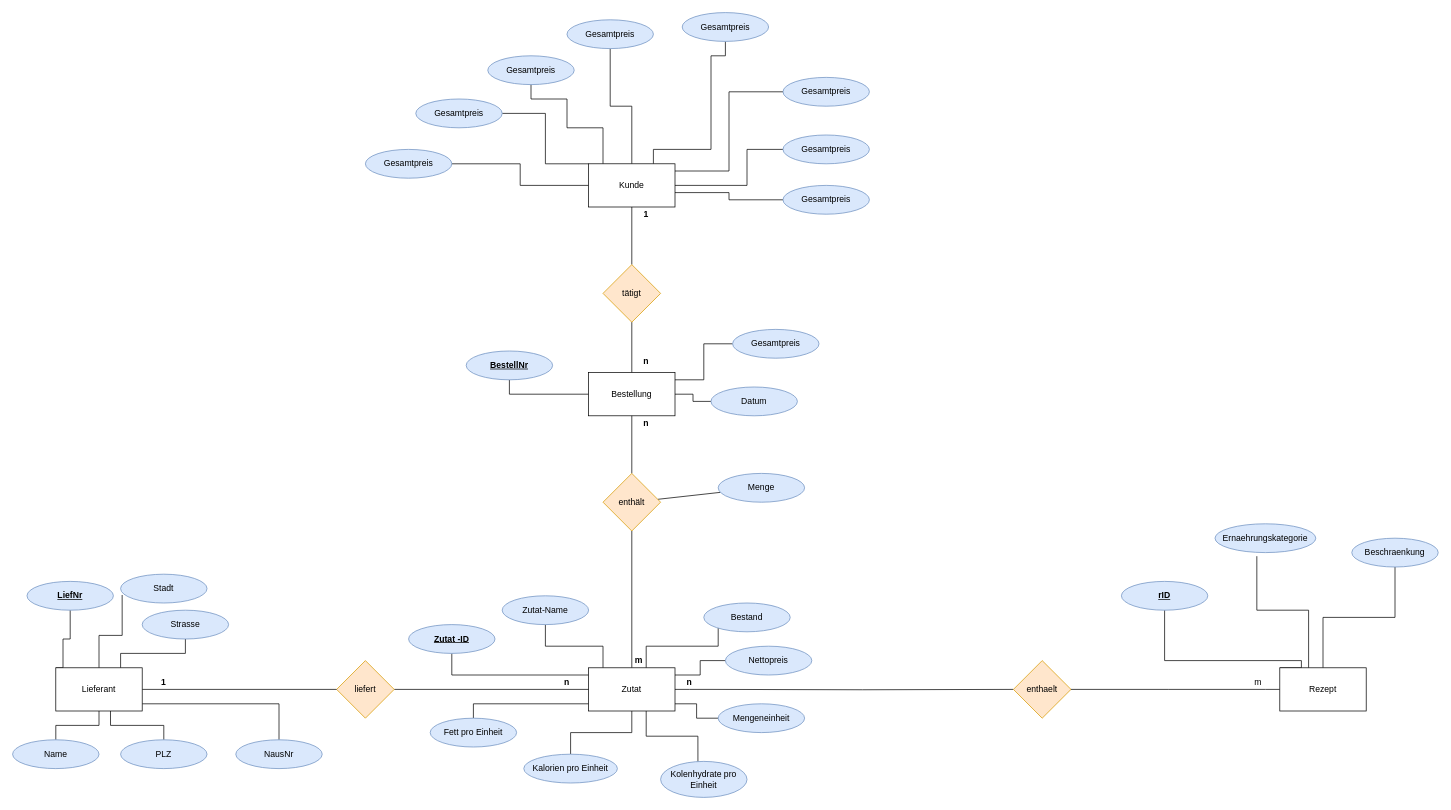
Before: Ist-Zustand-ERD.drawio in AlexBrightwater/Kraut_und_Rueben, a draw.io diagram. Source tidied: cells renumbered, new cells numbered last; positions are measured from the earlier drawing's top-left corner, leaving out a move shared by most shapes. Both pictures are drawn from the tidied source at 72%, with x=0, y=0 at pixel (12, 12).
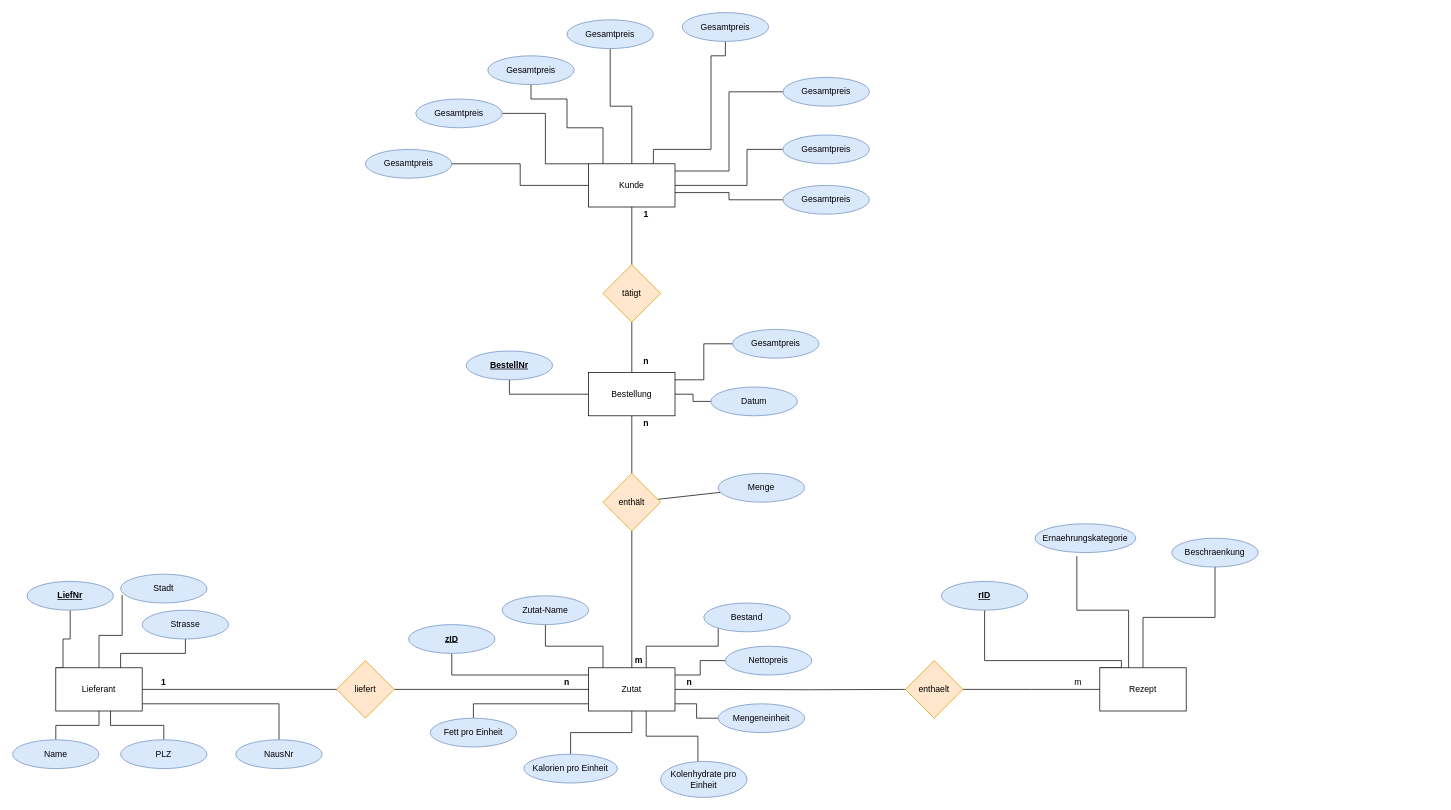
The same page after the edit.

Diff of the diagram source:
```diff
@@
-    <mxCell id="50" value="&lt;u&gt;&lt;b&gt;Zutat -ID&lt;/b&gt;&lt;/u&gt;" style="ellipse;whiteSpace=wrap;html=1;fillColor=#dae8fc;strokeColor=#6c8ebf;" parent="1" vertex="1">
+    <mxCell id="50" value="&lt;u&gt;&lt;b&gt;zID&lt;/b&gt;&lt;/u&gt;" style="ellipse;whiteSpace=wrap;html=1;fillColor=#dae8fc;strokeColor=#6c8ebf;" parent="1" vertex="1">
       <mxGeometry x="550" y="850" width="120" height="40" as="geometry" />
     </mxCell>
@@
-    <mxCell id="74" style="edgeStyle=orthogonalEdgeStyle;rounded=0;jettySize=auto;html=1;endArrow=none;endFill=0;strokeColor=default;entryX=0;entryY=0.5;entryDx=0;entryDy=0;startArrow=none;" parent="1" edge="1" target="79">
-      <mxGeometry relative="1" as="geometry">
-        <mxPoint x="1740" y="940" as="sourcePoint" />
-      </mxGeometry>
-    </mxCell>
     <mxCell id="75" value="enthaelt" style="rhombus;whiteSpace=wrap;html=1;fillColor=#ffe6cc;strokeColor=#d79b00;" parent="1" vertex="1">
-      <mxGeometry x="1390" y="900" width="80" height="80" as="geometry" />
+      <mxGeometry x="1240" y="900" width="80" height="80" as="geometry" />
     </mxCell>
     <mxCell id="76" style="edgeStyle=orthogonalEdgeStyle;rounded=0;jettySize=auto;html=1;entryX=0.415;entryY=1.125;entryDx=0;entryDy=0;entryPerimeter=0;endArrow=none;endFill=0;strokeColor=default;" parent="1" edge="1" source="79" target="84">
       <mxGeometry relative="1" as="geometry">
         <Array as="points">
-          <mxPoint x="1800" y="830" />
-          <mxPoint x="1728" y="830" />
+          <mxPoint x="1550" y="830" />
+          <mxPoint x="1478" y="830" />
         </Array>
       </mxGeometry>
     </mxCell>
     <mxCell id="77" style="edgeStyle=orthogonalEdgeStyle;rounded=0;jettySize=auto;html=1;entryX=0.5;entryY=1;entryDx=0;entryDy=0;endArrow=none;endFill=0;strokeColor=default;" parent="1" edge="1" source="79" target="85">
       <mxGeometry relative="1" as="geometry">
         <Array as="points">
-          <mxPoint x="1820" y="840" />
-          <mxPoint x="1920" y="840" />
+          <mxPoint x="1570" y="840" />
+          <mxPoint x="1670" y="840" />
         </Array>
       </mxGeometry>
     </mxCell>
     <mxCell id="78" style="edgeStyle=orthogonalEdgeStyle;rounded=0;jettySize=auto;html=1;entryX=0.5;entryY=1;entryDx=0;entryDy=0;endArrow=none;endFill=0;strokeColor=default;exitX=0;exitY=0;exitDx=0;exitDy=0;" parent="1" edge="1" source="79" target="86">
       <mxGeometry relative="1" as="geometry">
         <Array as="points">
-          <mxPoint x="1790" y="910" />
-          <mxPoint x="1790" y="900" />
-          <mxPoint x="1600" y="900" />
+          <mxPoint x="1540" y="910" />
+          <mxPoint x="1540" y="900" />
+          <mxPoint x="1350" y="900" />
         </Array>
       </mxGeometry>
     </mxCell>
     <mxCell id="79" value="Rezept" style="rounded=0;whiteSpace=wrap;html=1;" parent="1" vertex="1">
-      <mxGeometry x="1760" y="910" width="120" height="60" as="geometry" />
+      <mxGeometry x="1510" y="910" width="120" height="60" as="geometry" />
     </mxCell>
@@
-    <mxCell id="82" style="edgeStyle=orthogonalEdgeStyle;rounded=0;jettySize=auto;html=1;endArrow=none;endFill=0;strokeColor=default;entryX=0.75;entryY=1;entryDx=0;entryDy=0;" parent="1" edge="1" source="75">
+    <mxCell id="82" style="edgeStyle=orthogonalEdgeStyle;rounded=0;jettySize=auto;html=1;endArrow=none;endFill=0;strokeColor=default;" parent="1" edge="1" source="75">
       <mxGeometry relative="1" as="geometry">
-        <mxPoint x="1740" y="940" as="targetPoint" />
+        <mxPoint x="1510" y="940" as="targetPoint" />
       </mxGeometry>
     </mxCell>
     <mxCell id="83" value="m" style="text;html=1;strokeColor=none;fillColor=none;align=center;verticalAlign=middle;whiteSpace=wrap;rounded=0;" parent="1" vertex="1">
-      <mxGeometry x="1710" y="920" width="40" height="20" as="geometry" />
+      <mxGeometry x="1460" y="920" width="40" height="20" as="geometry" />
     </mxCell>
     <mxCell id="84" value="Ernaehrungskategorie" style="ellipse;whiteSpace=wrap;html=1;fillColor=#dae8fc;strokeColor=#6c8ebf;" parent="1" vertex="1">
-      <mxGeometry x="1670" y="710" width="140" height="40" as="geometry" />
+      <mxGeometry x="1420" y="710" width="140" height="40" as="geometry" />
     </mxCell>
     <mxCell id="85" value="Beschraenkung" style="ellipse;whiteSpace=wrap;html=1;fillColor=#dae8fc;strokeColor=#6c8ebf;" parent="1" vertex="1">
-      <mxGeometry x="1860" y="730" width="120" height="40" as="geometry" />
+      <mxGeometry x="1610" y="730" width="120" height="40" as="geometry" />
     </mxCell>
     <mxCell id="86" value="&lt;b&gt;&lt;u&gt;rID&lt;/u&gt;&lt;/b&gt;" style="ellipse;whiteSpace=wrap;html=1;fillColor=#dae8fc;strokeColor=#6c8ebf;" parent="1" vertex="1">
-      <mxGeometry x="1540" y="790" width="120" height="40" as="geometry" />
+      <mxGeometry x="1290" y="790" width="120" height="40" as="geometry" />
     </mxCell>
```
